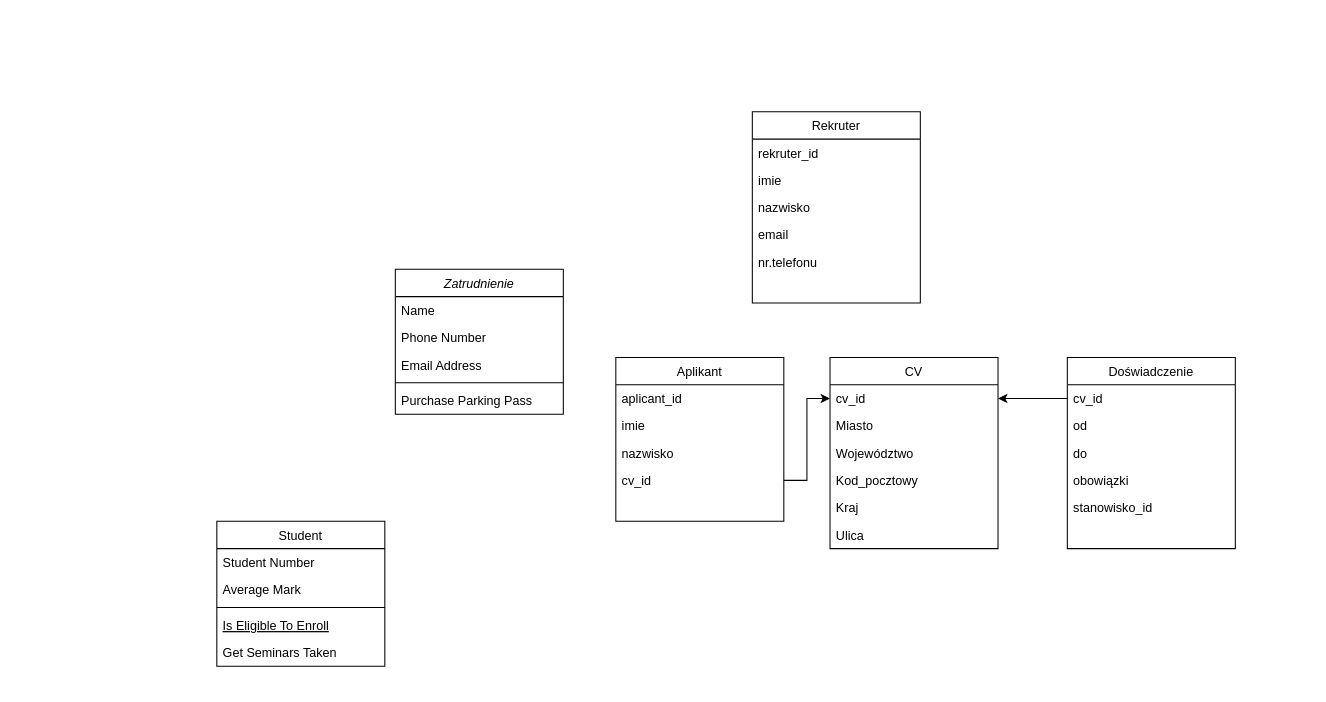
Before: Diagram bez tytułu.drawio in Paros998/ConverterJava, a draw.io diagram. Source tidied: cells renumbered, new cells numbered last; positions are measured from the earlier drawing's top-left corner, leaving out a move shared by most shapes. Both pictures are drawn from the tidied source at 105%, with x=0, y=0 at pixel (216, 111).
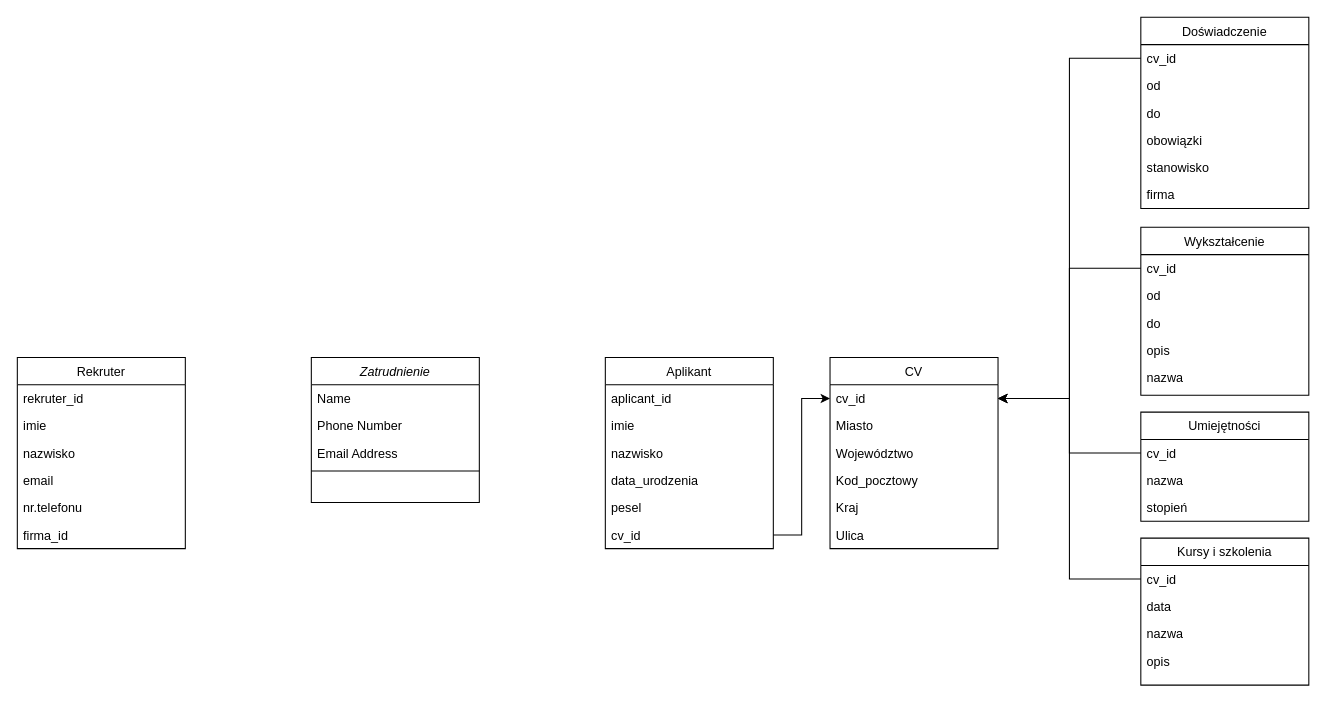
After the change.

Unchanged cells that the change refers to:
```xml
<mxCell id="26" value="cv_id" style="text;align=left;verticalAlign=top;spacingLeft=4;spacingRight=4;overflow=hidden;points=[[0,0.5],[1,0.5]];portConstraint=eastwest;" parent="25" vertex="1">
  <mxGeometry y="26" width="160" height="26" as="geometry" />
</mxCell>
```

What changed in the source:
```diff
@@
     <mxCell id="2" value="Zatrudnienie" style="swimlane;fontStyle=2;align=center;verticalAlign=top;horizontal=1;startSize=26;rounded=0;shadow=0;strokeWidth=1;" parent="1" vertex="1">
-      <mxGeometry x="170" y="150" width="160" height="138" as="geometry" />
+      <mxGeometry x="90" y="234" width="160" height="138" as="geometry" />
     </mxCell>
@@
-    <mxCell id="7" value="Purchase Parking Pass" style="text;align=left;verticalAlign=top;spacingLeft=4;spacingRight=4;overflow=hidden;" parent="2" vertex="1">
-      <mxGeometry y="112" width="160" height="26" as="geometry" />
-    </mxCell>
-    <mxCell id="8" value="Student" style="swimlane;fontStyle=0;align=center;verticalAlign=top;horizontal=1;startSize=26;rounded=0;shadow=0;strokeWidth=1;" parent="1" vertex="1">
-      <mxGeometry y="390" width="160" height="138" as="geometry" />
-    </mxCell>
-    <mxCell id="9" value="Student Number" style="text;align=left;verticalAlign=top;spacingLeft=4;spacingRight=4;overflow=hidden;" parent="8" vertex="1">
-      <mxGeometry y="26" width="160" height="26" as="geometry" />
-    </mxCell>
-    <mxCell id="10" value="Average Mark" style="text;align=left;verticalAlign=top;spacingLeft=4;spacingRight=4;overflow=hidden;rounded=0;shadow=0;html=0;" parent="8" vertex="1">
-      <mxGeometry y="52" width="160" height="26" as="geometry" />
-    </mxCell>
-    <mxCell id="11" style="line;html=1;strokeWidth=1;align=left;verticalAlign=middle;spacingTop=-1;spacingLeft=3;spacingRight=3;labelPosition=right;" parent="8" vertex="1">
-      <mxGeometry y="78" width="160" height="8" as="geometry" />
-    </mxCell>
-    <mxCell id="12" value="Is Eligible To Enroll" style="text;align=left;verticalAlign=top;spacingLeft=4;spacingRight=4;overflow=hidden;fontStyle=4;" parent="8" vertex="1">
-      <mxGeometry y="86" width="160" height="26" as="geometry" />
-    </mxCell>
-    <mxCell id="13" value="Get Seminars Taken" style="text;align=left;verticalAlign=top;spacingLeft=4;spacingRight=4;overflow=hidden;" parent="8" vertex="1">
-      <mxGeometry y="112" width="160" height="26" as="geometry" />
-    </mxCell>
     <mxCell id="14" value="Aplikant" style="swimlane;fontStyle=0;align=center;verticalAlign=top;horizontal=1;startSize=26;rounded=0;shadow=0;strokeWidth=1;" parent="1" vertex="1">
-      <mxGeometry x="380" y="234" width="160" height="156" as="geometry" />
+      <mxGeometry x="370" y="234" width="160" height="182" as="geometry" />
     </mxCell>
@@
+    <mxCell id="40" value="data_urodzenia" style="text;align=left;verticalAlign=top;spacingLeft=4;spacingRight=4;overflow=hidden;rounded=0;shadow=0;html=0;" parent="14" vertex="1">
+      <mxGeometry y="104" width="160" height="26" as="geometry" />
+    </mxCell>
+    <mxCell id="41" value="pesel" style="text;align=left;verticalAlign=top;spacingLeft=4;spacingRight=4;overflow=hidden;rounded=0;shadow=0;html=0;" parent="14" vertex="1">
+      <mxGeometry y="130" width="160" height="26" as="geometry" />
+    </mxCell>
     <mxCell id="18" value="cv_id" style="text;align=left;verticalAlign=top;spacingLeft=4;spacingRight=4;overflow=hidden;points=[[0,0.5],[1,0.5]];portConstraint=eastwest;" parent="14" vertex="1">
-      <mxGeometry y="104" width="160" height="26" as="geometry" />
+      <mxGeometry y="156" width="160" height="26" as="geometry" />
     </mxCell>
     <mxCell id="19" value="Rekruter" style="swimlane;fontStyle=0;align=center;verticalAlign=top;horizontal=1;startSize=26;rounded=0;shadow=0;strokeWidth=1;" parent="1" vertex="1">
-      <mxGeometry x="510" width="160" height="182" as="geometry" />
+      <mxGeometry x="-190" y="234" width="160" height="182" as="geometry" />
     </mxCell>
@@
+    <mxCell id="42" value="firma_id" style="text;align=left;verticalAlign=top;spacingLeft=4;spacingRight=4;overflow=hidden;" parent="19" vertex="1">
+      <mxGeometry y="156" width="160" height="26" as="geometry" />
+    </mxCell>
@@
     <mxCell id="32" value="Doświadczenie" style="swimlane;fontStyle=0;align=center;verticalAlign=top;horizontal=1;startSize=26;rounded=0;shadow=0;strokeWidth=1;" parent="1" vertex="1">
-      <mxGeometry x="810" y="234" width="160" height="182" as="geometry" />
+      <mxGeometry x="880" y="-90" width="160" height="182" as="geometry" />
     </mxCell>
@@
-    <mxCell id="37" value="stanowisko_id" style="text;align=left;verticalAlign=top;spacingLeft=4;spacingRight=4;overflow=hidden;" parent="32" vertex="1">
+    <mxCell id="37" value="stanowisko" style="text;align=left;verticalAlign=top;spacingLeft=4;spacingRight=4;overflow=hidden;" parent="32" vertex="1">
       <mxGeometry y="130" width="160" height="26" as="geometry" />
     </mxCell>
+    <mxCell id="43" value="firma" style="text;align=left;verticalAlign=top;spacingLeft=4;spacingRight=4;overflow=hidden;" parent="32" vertex="1">
+      <mxGeometry y="156" width="160" height="26" as="geometry" />
+    </mxCell>
@@
+    <mxCell id="44" value="Wykształcenie" style="swimlane;fontStyle=0;align=center;verticalAlign=top;horizontal=1;startSize=26;rounded=0;shadow=0;strokeWidth=1;" parent="1" vertex="1">
+      <mxGeometry x="880" y="110" width="160" height="160" as="geometry" />
+    </mxCell>
+    <mxCell id="45" value="cv_id" style="text;align=left;verticalAlign=top;spacingLeft=4;spacingRight=4;overflow=hidden;points=[[0,0.5],[1,0.5]];portConstraint=eastwest;" parent="44" vertex="1">
+      <mxGeometry y="26" width="160" height="26" as="geometry" />
+    </mxCell>
+    <mxCell id="46" value="od" style="text;align=left;verticalAlign=top;spacingLeft=4;spacingRight=4;overflow=hidden;" parent="44" vertex="1">
+      <mxGeometry y="52" width="160" height="26" as="geometry" />
+    </mxCell>
+    <mxCell id="47" value="do" style="text;align=left;verticalAlign=top;spacingLeft=4;spacingRight=4;overflow=hidden;" parent="44" vertex="1">
+      <mxGeometry y="78" width="160" height="26" as="geometry" />
+    </mxCell>
+    <mxCell id="48" value="opis" style="text;align=left;verticalAlign=top;spacingLeft=4;spacingRight=4;overflow=hidden;" parent="44" vertex="1">
+      <mxGeometry y="104" width="160" height="26" as="geometry" />
+    </mxCell>
+    <mxCell id="49" value="nazwa" style="text;align=left;verticalAlign=top;spacingLeft=4;spacingRight=4;overflow=hidden;" parent="44" vertex="1">
+      <mxGeometry y="130" width="160" height="26" as="geometry" />
+    </mxCell>
+    <mxCell id="50" style="edgeStyle=orthogonalEdgeStyle;rounded=0;jettySize=auto;html=1;exitX=0;exitY=0.5;exitDx=0;exitDy=0;entryX=1;entryY=0.5;entryDx=0;entryDy=0;" parent="1" edge="1" source="45" target="26">
+      <mxGeometry relative="1" as="geometry" />
+    </mxCell>
+    <mxCell id="51" value="Umiejętności" style="swimlane;fontStyle=0;align=center;verticalAlign=top;horizontal=1;startSize=26;rounded=0;shadow=0;strokeWidth=1;" parent="1" vertex="1">
+      <mxGeometry x="880" y="286" width="160" height="104" as="geometry" />
+    </mxCell>
+    <mxCell id="52" value="cv_id" style="text;align=left;verticalAlign=top;spacingLeft=4;spacingRight=4;overflow=hidden;points=[[0,0.5],[1,0.5]];portConstraint=eastwest;" parent="51" vertex="1">
+      <mxGeometry y="26" width="160" height="26" as="geometry" />
+    </mxCell>
+    <mxCell id="53" value="nazwa" style="text;align=left;verticalAlign=top;spacingLeft=4;spacingRight=4;overflow=hidden;" parent="51" vertex="1">
+      <mxGeometry y="52" width="160" height="26" as="geometry" />
+    </mxCell>
+    <mxCell id="54" value="stopień" style="text;align=left;verticalAlign=top;spacingLeft=4;spacingRight=4;overflow=hidden;" parent="51" vertex="1">
+      <mxGeometry y="78" width="160" height="26" as="geometry" />
+    </mxCell>
+    <mxCell id="55" value="Kursy i szkolenia" style="swimlane;fontStyle=0;align=center;verticalAlign=top;horizontal=1;startSize=26;rounded=0;shadow=0;strokeWidth=1;" parent="1" vertex="1">
+      <mxGeometry x="880" y="406" width="160" height="140" as="geometry" />
+    </mxCell>
+    <mxCell id="56" value="cv_id" style="text;align=left;verticalAlign=top;spacingLeft=4;spacingRight=4;overflow=hidden;points=[[0,0.5],[1,0.5]];portConstraint=eastwest;" parent="55" vertex="1">
+      <mxGeometry y="26" width="160" height="26" as="geometry" />
+    </mxCell>
+    <mxCell id="57" value="data" style="text;align=left;verticalAlign=top;spacingLeft=4;spacingRight=4;overflow=hidden;" parent="55" vertex="1">
+      <mxGeometry y="52" width="160" height="26" as="geometry" />
+    </mxCell>
+    <mxCell id="58" value="nazwa" style="text;align=left;verticalAlign=top;spacingLeft=4;spacingRight=4;overflow=hidden;" parent="55" vertex="1">
+      <mxGeometry y="78" width="160" height="26" as="geometry" />
+    </mxCell>
+    <mxCell id="59" value="opis" style="text;align=left;verticalAlign=top;spacingLeft=4;spacingRight=4;overflow=hidden;" parent="55" vertex="1">
+      <mxGeometry y="104" width="160" height="26" as="geometry" />
+    </mxCell>
+    <mxCell id="60" style="edgeStyle=orthogonalEdgeStyle;rounded=0;jettySize=auto;html=1;exitX=0;exitY=0.5;exitDx=0;exitDy=0;entryX=1;entryY=0.5;entryDx=0;entryDy=0;" parent="1" edge="1" source="52" target="26">
+      <mxGeometry relative="1" as="geometry" />
+    </mxCell>
+    <mxCell id="61" style="edgeStyle=orthogonalEdgeStyle;rounded=0;jettySize=auto;html=1;exitX=0;exitY=0.5;exitDx=0;exitDy=0;entryX=1;entryY=0.5;entryDx=0;entryDy=0;" parent="1" edge="1" source="56" target="26">
+      <mxGeometry relative="1" as="geometry" />
+    </mxCell>
```
